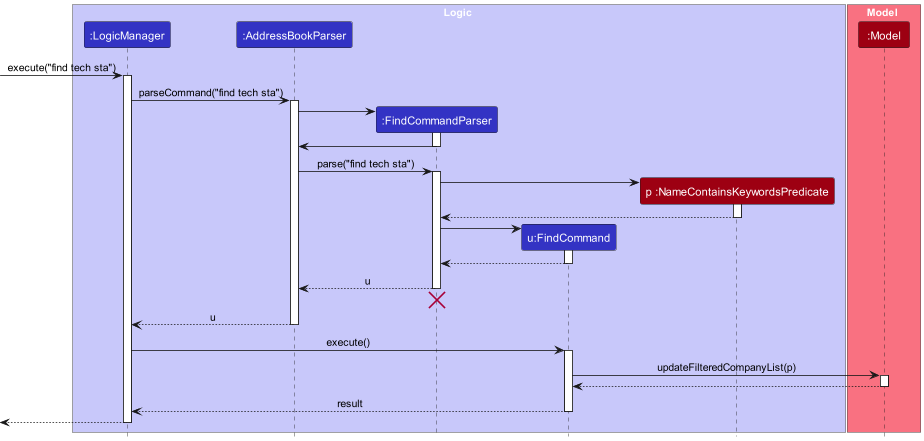
Above: docs/images/FindCompanySequenceDiagram.png in tayruxin/tp (PlantUML), before the change.
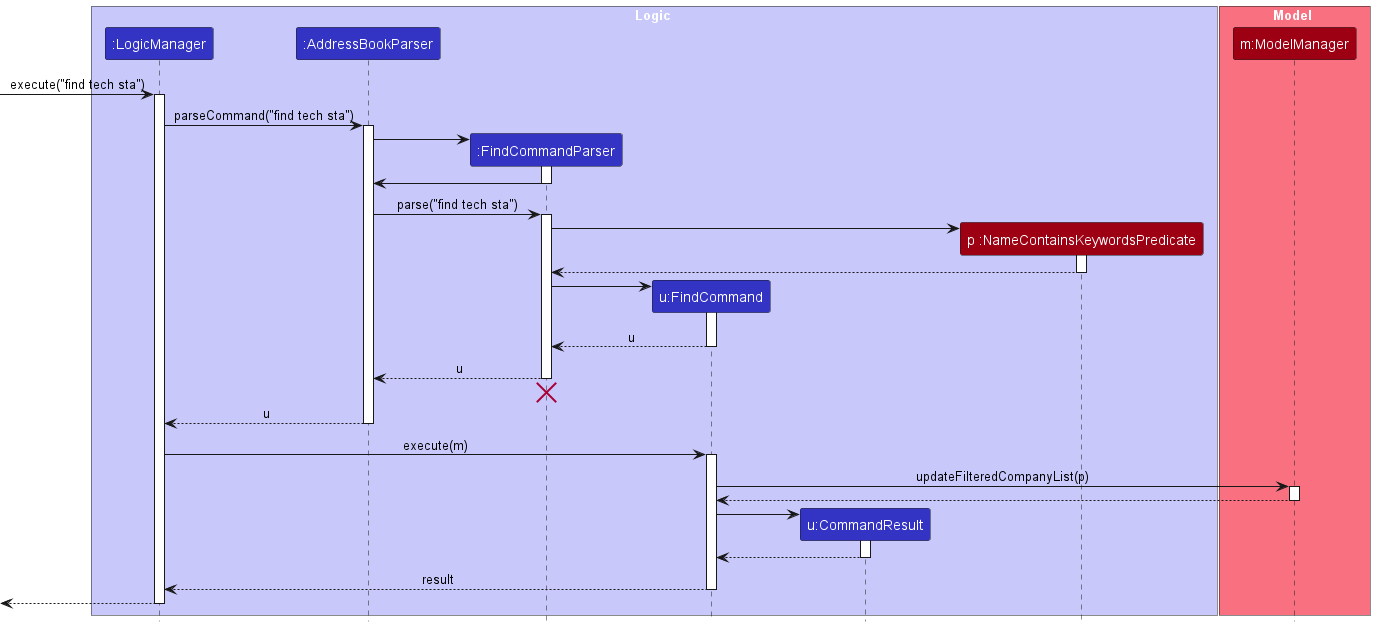
The same diagram one commit later.

The edit, as a diff of the source:
```diff
@@ -7,11 +7,12 @@
 participant ":AddressBookParser" as AddressBookParser LOGIC_COLOR
 participant ":FindCommandParser" as FindCommandParser LOGIC_COLOR
 participant "u:FindCommand" as FindCommand LOGIC_COLOR
+participant "u:CommandResult" as CommandResult LOGIC_COLOR
 participant "p :NameContainsKeywordsPredicate" as NameContainsKeywordsPredicate MODEL_COLOR
 end box
 
 box Model MODEL_COLOR_T1
-participant ":Model" as Model MODEL_COLOR
+participant "m:ModelManager" as Model MODEL_COLOR
 end box
 
 [-> LogicManager : execute("find tech sta")
@@ -23,6 +24,7 @@
 create FindCommandParser
 AddressBookParser -> FindCommandParser
 activate FindCommandParser
+
 FindCommandParser -> AddressBookParser
 deactivate FindCommandParser
 
@@ -40,7 +42,7 @@
 FindCommandParser -> FindCommand
 activate FindCommand
 
-FindCommand --> FindCommandParser
+FindCommand --> FindCommandParser : u
 deactivate FindCommand
 
 FindCommandParser --> AddressBookParser : u
@@ -51,7 +53,7 @@
 AddressBookParser --> LogicManager : u
 deactivate AddressBookParser
 
-LogicManager -> FindCommand : execute()
+LogicManager -> FindCommand : execute(m)
 activate FindCommand
 
 FindCommand -> Model : updateFilteredCompanyList(p)
@@ -60,6 +62,13 @@
 Model --> FindCommand
 deactivate Model
 
+create CommandResult
+FindCommand -> CommandResult
+activate CommandResult
+
+CommandResult --> FindCommand
+deactivate CommandResult
+
 FindCommand --> LogicManager : result
 deactivate FindCommand
 
```
